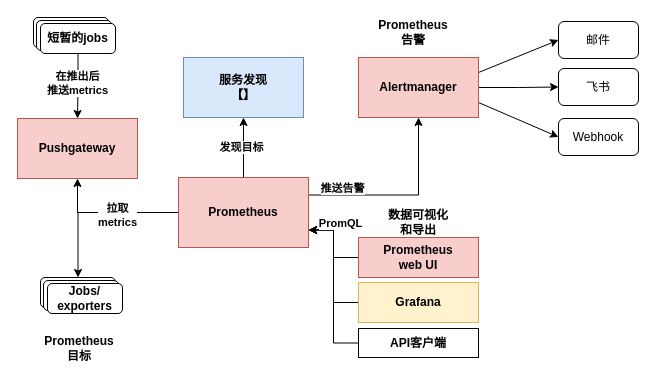
The draw.io diagram 监控与告警.drawio in C-Why/diagrams, before the edit. Source tidied: cells renumbered, new cells numbered last; positions are measured from the earlier drawing's top-left corner, leaving out a move shared by most shapes. Both pictures are drawn from the tidied source at 100%, with x=0, y=0 at pixel (17, 17).
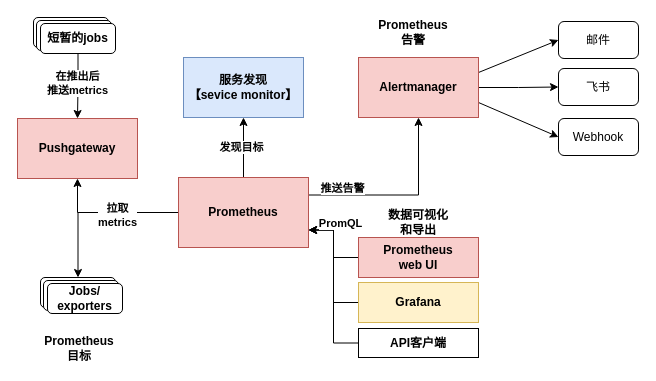
Above is the later version.

Commit message:
更新监控与告警.drawio

Diff of the diagram source:
```diff
@@
-    <mxCell id="10" value="&lt;div&gt;服务发现&lt;/div&gt;&lt;div&gt;【】&lt;br&gt;&lt;/div&gt;" style="rounded=0;whiteSpace=wrap;html=1;fillColor=#dae8fc;strokeColor=#6c8ebf;fontStyle=1;" parent="1" vertex="1">
+    <mxCell id="10" value="&lt;div&gt;服务发现&lt;/div&gt;&lt;div&gt;【sevice monitor】&lt;br&gt;&lt;/div&gt;" style="rounded=0;whiteSpace=wrap;html=1;fillColor=#dae8fc;strokeColor=#6c8ebf;fontStyle=1;" parent="1" vertex="1">
       <mxGeometry x="166" y="40" width="120" height="60" as="geometry" />
     </mxCell>
```
